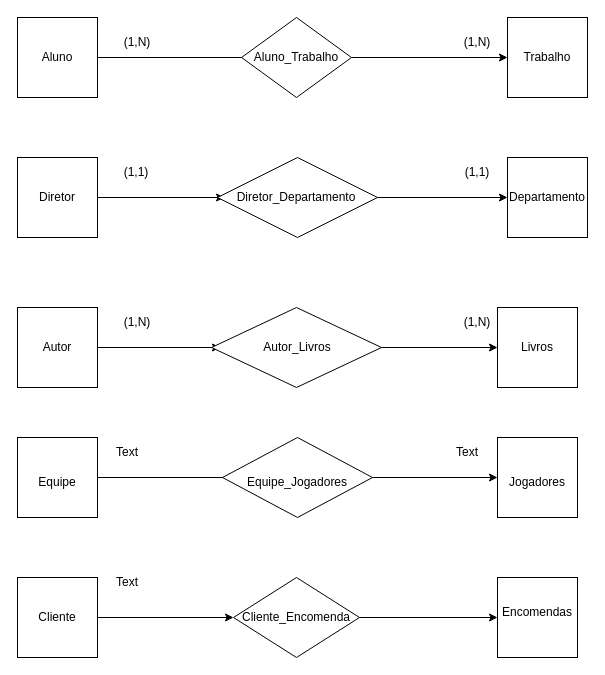
Before: Diagrama sem nome.drawio in LittleLucas155/BancoDeDados, a draw.io diagram. Source tidied: cells renumbered, new cells numbered last; positions are measured from the earlier drawing's top-left corner, leaving out a move shared by most shapes. Both pictures are drawn from the tidied source at 100%, with x=0, y=0 at pixel (17, 17).
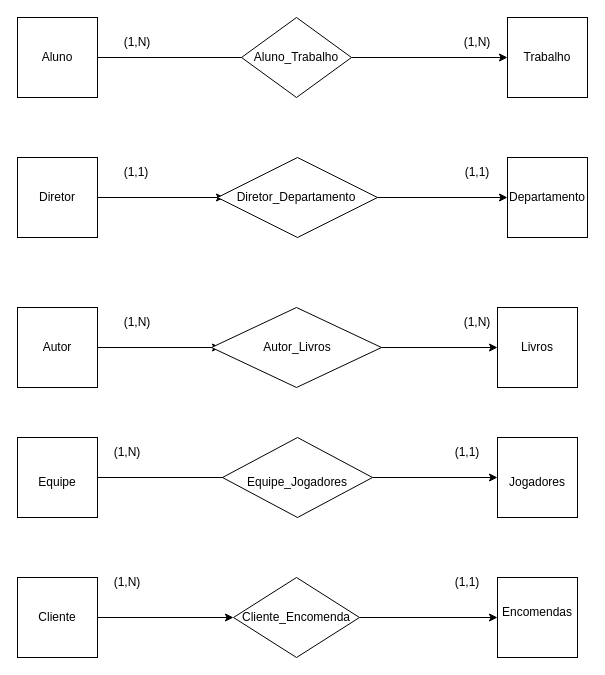
The same page after the edit.

Diff of the diagram source:
```diff
@@
-    <mxCell id="44" value="Text" style="text;html=1;strokeColor=none;fillColor=none;align=center;verticalAlign=middle;whiteSpace=wrap;rounded=0;" parent="1" vertex="1">
+    <mxCell id="44" value="(1,1)" style="text;html=1;strokeColor=none;fillColor=none;align=center;verticalAlign=middle;whiteSpace=wrap;rounded=0;" parent="1" vertex="1">
       <mxGeometry x="420" y="420" width="60" height="30" as="geometry" />
     </mxCell>
@@
-    <mxCell id="47" value="Text" style="text;html=1;strokeColor=none;fillColor=none;align=center;verticalAlign=middle;whiteSpace=wrap;rounded=0;" parent="1" vertex="1">
+    <mxCell id="47" value="(1,N)" style="text;html=1;strokeColor=none;fillColor=none;align=center;verticalAlign=middle;whiteSpace=wrap;rounded=0;" parent="1" vertex="1">
       <mxGeometry x="80" y="420" width="60" height="30" as="geometry" />
     </mxCell>
-    <mxCell id="48" value="Text" style="text;html=1;strokeColor=none;fillColor=none;align=center;verticalAlign=middle;whiteSpace=wrap;rounded=0;" parent="1" vertex="1">
+    <mxCell id="48" value="(1,N)" style="text;html=1;strokeColor=none;fillColor=none;align=center;verticalAlign=middle;whiteSpace=wrap;rounded=0;" parent="1" vertex="1">
       <mxGeometry x="80" y="550" width="60" height="30" as="geometry" />
     </mxCell>
+    <mxCell id="49" value="(1,1)" style="text;html=1;strokeColor=none;fillColor=none;align=center;verticalAlign=middle;whiteSpace=wrap;rounded=0;" parent="1" vertex="1">
+      <mxGeometry x="420" y="550" width="60" height="30" as="geometry" />
+    </mxCell>
```
